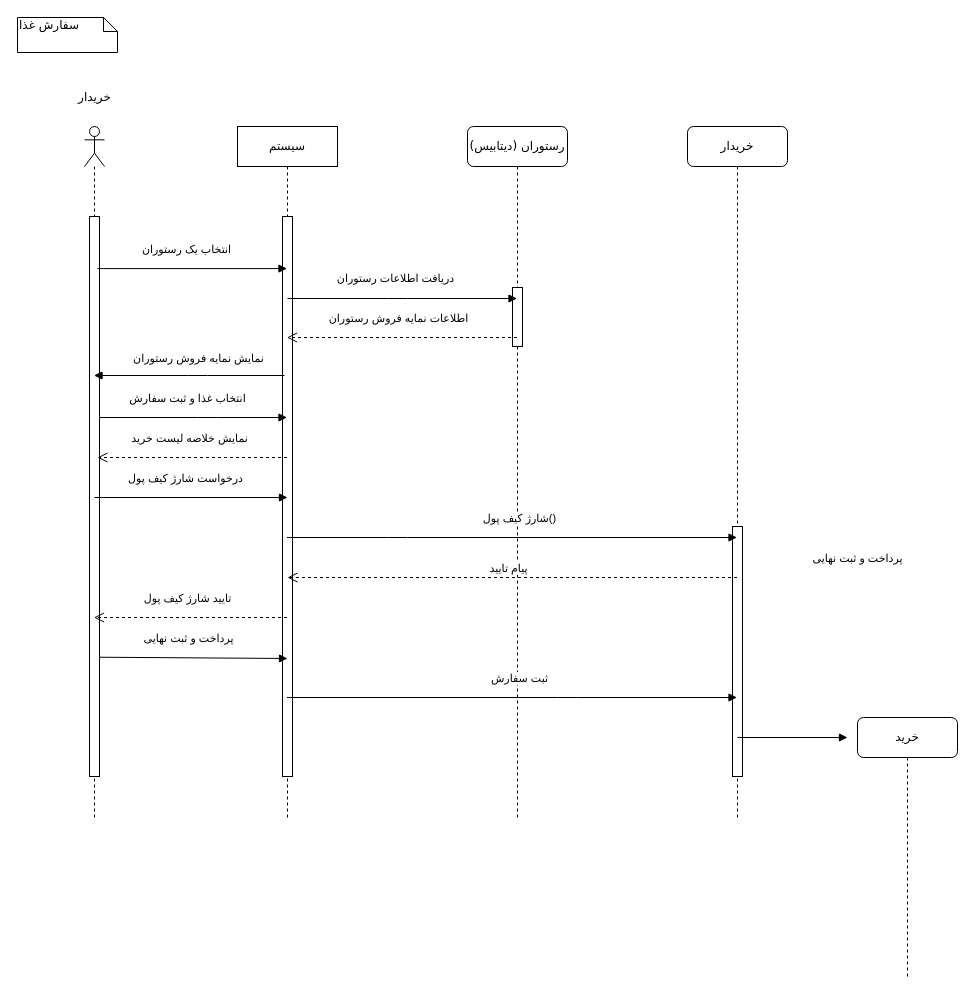
Before: Untitled food_order.drawio in khoramian/TahDig_SoftwareEngineering, a draw.io diagram. Source tidied: cells renumbered, new cells numbered last; positions are measured from the earlier drawing's top-left corner, leaving out a move shared by most shapes. Both pictures are drawn from the tidied source at 100%, with x=0, y=0 at pixel (17, 17).
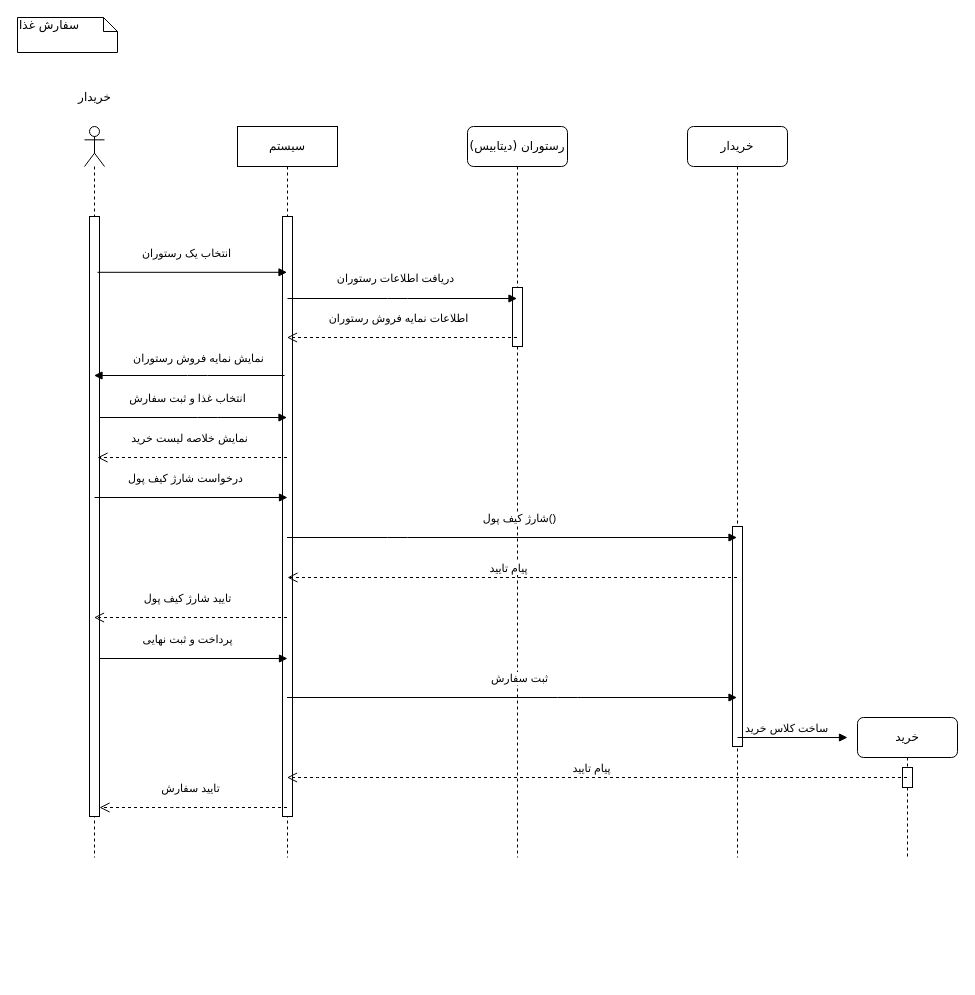
The same page after the edit.

What changed in the source:
```diff
@@
     <mxCell id="3" style="shape=umlLifeline;participant=umlActor;perimeter=lifelinePerimeter;whiteSpace=wrap;html=1;verticalAlign=top;spacingTop=36;outlineConnect=0;" parent="1" vertex="1">
-      <mxGeometry x="67" y="109" width="20" height="691" as="geometry" />
+      <mxGeometry x="67" y="109" width="20" height="731" as="geometry" />
     </mxCell>
     <mxCell id="4" style="html=1;points=[];perimeter=orthogonalPerimeter;rounded=0;shadow=0;comic=0;labelBackgroundColor=none;strokeWidth=1;fontFamily=Verdana;fontSize=12;align=center;" parent="3" vertex="1">
-      <mxGeometry x="5" y="90" width="10" height="560" as="geometry" />
+      <mxGeometry x="5" y="90" width="10" height="600" as="geometry" />
     </mxCell>
@@
     <mxCell id="6" value="سیستم" style="shape=umlLifeline;perimeter=lifelinePerimeter;whiteSpace=wrap;html=1;outlineConnect=0;" parent="1" vertex="1">
-      <mxGeometry x="220" y="109" width="100" height="691" as="geometry" />
+      <mxGeometry x="220" y="109" width="100" height="731" as="geometry" />
     </mxCell>
     <mxCell id="7" style="html=1;perimeter=orthogonalPerimeter;rounded=0;shadow=0;comic=0;labelBackgroundColor=none;strokeWidth=1;fontFamily=Verdana;fontSize=12;align=center;" parent="6" vertex="1">
-      <mxGeometry x="45" y="90" width="10" height="560" as="geometry" />
+      <mxGeometry x="45" y="90" width="10" height="600" as="geometry" />
     </mxCell>
     <mxCell id="8" value="رستوران (دیتابیس)" style="shape=umlLifeline;perimeter=lifelinePerimeter;whiteSpace=wrap;html=1;outlineConnect=0;rounded=1;shadow=0;comic=0;labelBackgroundColor=none;strokeWidth=1;fontFamily=Verdana;fontSize=12;align=center;" parent="1" vertex="1">
-      <mxGeometry x="450" y="109" width="100" height="691" as="geometry" />
+      <mxGeometry x="450" y="109" width="100" height="731" as="geometry" />
     </mxCell>
@@
     <mxCell id="16" value="خریدار" style="shape=umlLifeline;perimeter=lifelinePerimeter;whiteSpace=wrap;html=1;outlineConnect=0;rounded=1;shadow=0;comic=0;labelBackgroundColor=none;strokeWidth=1;fontFamily=Verdana;fontSize=12;align=center;" parent="1" vertex="1">
-      <mxGeometry x="670" y="109" width="100" height="691" as="geometry" />
+      <mxGeometry x="670" y="109" width="100" height="731" as="geometry" />
     </mxCell>
     <mxCell id="17" style="html=1;perimeter=orthogonalPerimeter;rounded=0;shadow=0;comic=0;labelBackgroundColor=none;strokeWidth=1;fontFamily=Verdana;fontSize=12;align=center;" parent="16" vertex="1">
-      <mxGeometry x="45" y="400" width="10" height="250" as="geometry" />
+      <mxGeometry x="45" y="400" width="10" height="220" as="geometry" />
     </mxCell>
@@
-    <mxCell id="22" value="پرداخت و ثبت نهایی" style="html=1;verticalAlign=bottom;endArrow=block;exitX=0.967;exitY=0.787;exitDx=0;exitDy=0;exitPerimeter=0;" parent="1" edge="1" source="4">
+    <mxCell id="22" value="پرداخت و ثبت نهایی" style="html=1;verticalAlign=bottom;endArrow=block;" parent="1" edge="1" source="4">
       <mxGeometry x="-0.06" y="10" relative="1" as="geometry">
         <mxPoint x="270" y="641" as="targetPoint" />
       </mxGeometry>
     </mxCell>
@@
     <mxCell id="24" value="خرید" style="shape=umlLifeline;perimeter=lifelinePerimeter;whiteSpace=wrap;html=1;outlineConnect=0;rounded=1;shadow=0;comic=0;labelBackgroundColor=none;strokeWidth=1;fontFamily=Verdana;fontSize=12;align=center;" parent="1" vertex="1">
-      <mxGeometry x="840" y="700" width="100" height="260" as="geometry" />
+      <mxGeometry x="840" y="700" width="100" height="140" as="geometry" />
     </mxCell>
+    <mxCell id="26" style="html=1;perimeter=orthogonalPerimeter;rounded=0;shadow=0;comic=0;labelBackgroundColor=none;strokeWidth=1;fontFamily=Verdana;fontSize=12;align=center;" parent="24" vertex="1">
+      <mxGeometry x="45" y="50" width="10" height="20" as="geometry" />
+    </mxCell>
-    <mxCell id="25" value="پرداخت و ثبت نهایی" style="html=1;verticalAlign=bottom;endArrow=block;" parent="1" edge="1">
-      <mxGeometry x="1" y="170" relative="1" as="geometry">
+    <mxCell id="25" value="ساخت کلاس خرید" style="html=1;verticalAlign=bottom;endArrow=block;" parent="1" edge="1">
+      <mxGeometry x="-0.09" relative="1" as="geometry">
         <mxPoint x="720" y="720" as="sourcePoint" />
         <mxPoint x="830" y="720" as="targetPoint" />
-        <mxPoint x="10" as="offset" />
+        <mxPoint x="-1" as="offset" />
       </mxGeometry>
     </mxCell>
+    <mxCell id="27" value="پیام تایید" style="html=1;verticalAlign=bottom;endArrow=open;dashed=1;endSize=8;" parent="1" edge="1" source="24" target="6">
+      <mxGeometry x="0.02" relative="1" as="geometry">
+        <Array as="points">
+          <mxPoint x="310" y="760" />
+        </Array>
+      </mxGeometry>
+    </mxCell>
+    <mxCell id="28" value="تایید سفارش" style="html=1;verticalAlign=bottom;endArrow=open;dashed=1;endSize=8;" parent="1" edge="1" source="6" target="4">
+      <mxGeometry x="0.05" y="-10" relative="1" as="geometry">
+        <Array as="points">
+          <mxPoint x="180" y="790" />
+          <mxPoint x="160" y="790" />
+        </Array>
+        <mxPoint x="1" as="offset" />
+      </mxGeometry>
+    </mxCell>
```
